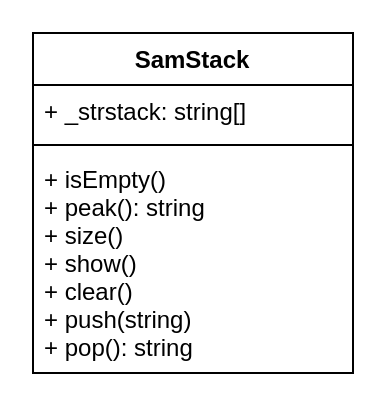
The draw.io diagram Unit2-04/Design/class.drawio in Samuel-Webster-178/ICS4U-Unit2-Samuel-Webster, before the edit. Source tidied: cells renumbered, new cells numbered last; positions are measured from the earlier drawing's top-left corner, leaving out a move shared by most shapes. Both pictures are drawn from the tidied source at 200%, with x=0, y=0 at pixel (32, 32).
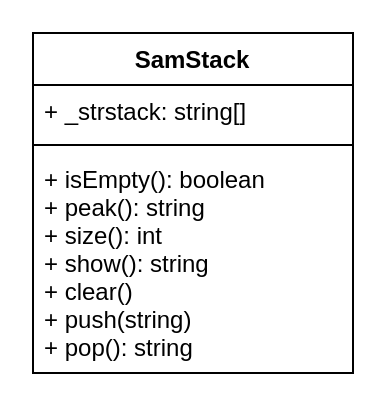
The same page after the edit.

The edit, as a diff of the source:
```diff
@@
 <mxGraphModel>
   <root>
     <mxCell id="0" />
     <mxCell id="1" parent="0" />
     <mxCell id="2" value="SamStack" style="swimlane;fontStyle=1;align=center;verticalAlign=top;horizontal=1;startSize=26;" parent="1" vertex="1">
       <mxGeometry width="160" height="170" as="geometry" />
     </mxCell>
     <mxCell id="3" value="+ _strstack: string[]" style="text;strokeColor=none;fillColor=none;align=left;verticalAlign=top;spacingLeft=4;spacingRight=4;overflow=hidden;" parent="2" vertex="1">
       <mxGeometry y="26" width="160" height="26" as="geometry" />
     </mxCell>
     <mxCell id="4" style="line;strokeWidth=1;fillColor=none;align=left;verticalAlign=middle;spacingTop=-1;spacingLeft=3;spacingRight=3;labelPosition=right;strokeColor=inherit;" parent="2" vertex="1">
       <mxGeometry y="52" width="160" height="8" as="geometry" />
     </mxCell>
-    <mxCell id="5" value="+ isEmpty()&#10;+ peak(): string&#10;+ size()&#10;+ show()&#10;+ clear()&#10;+ push(string)&#10;+ pop(): string" style="text;strokeColor=none;fillColor=none;align=left;verticalAlign=top;spacingLeft=4;spacingRight=4;overflow=hidden;" parent="2" vertex="1">
+    <mxCell id="5" value="+ isEmpty(): boolean&#10;+ peak(): string&#10;+ size(): int&#10;+ show(): string&#10;+ clear()&#10;+ push(string)&#10;+ pop(): string" style="text;strokeColor=none;fillColor=none;align=left;verticalAlign=top;spacingLeft=4;spacingRight=4;overflow=hidden;" parent="2" vertex="1">
       <mxGeometry y="60" width="160" height="110" as="geometry" />
     </mxCell>
   </root>
 </mxGraphModel>
```
